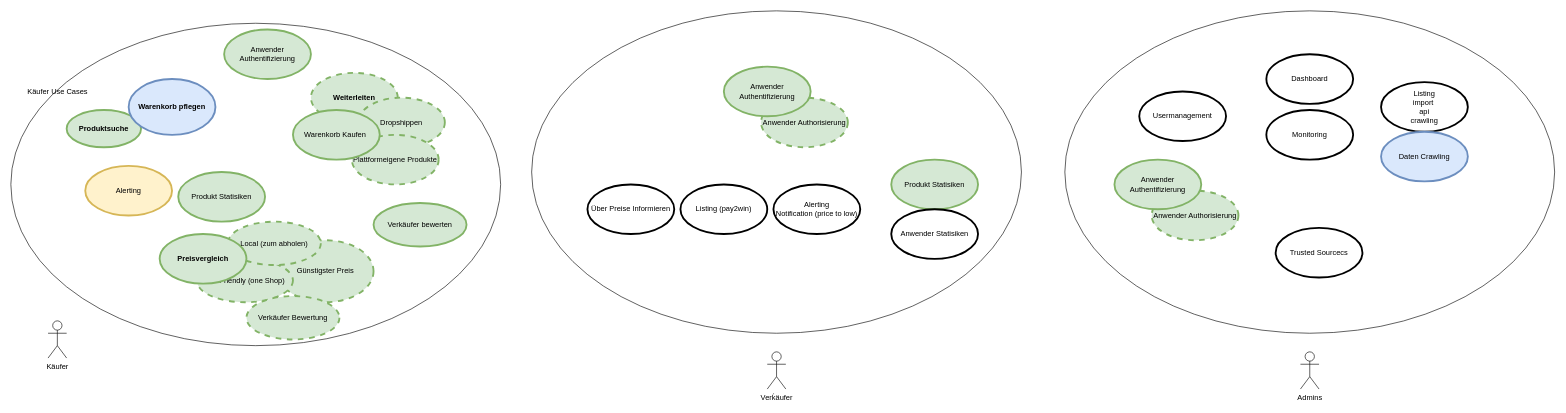
This is page "Usecases" (2 of 9) of diagrams.drawio from placom/docs, a draw.io file, before an edit. Source tidied: cells renumbered, new cells numbered last; positions are measured from the earlier drawing's top-left corner, leaving out a move shared by most shapes. Both pictures are drawn from the tidied source at 62%, with x=0, y=0 at pixel (11, 11).
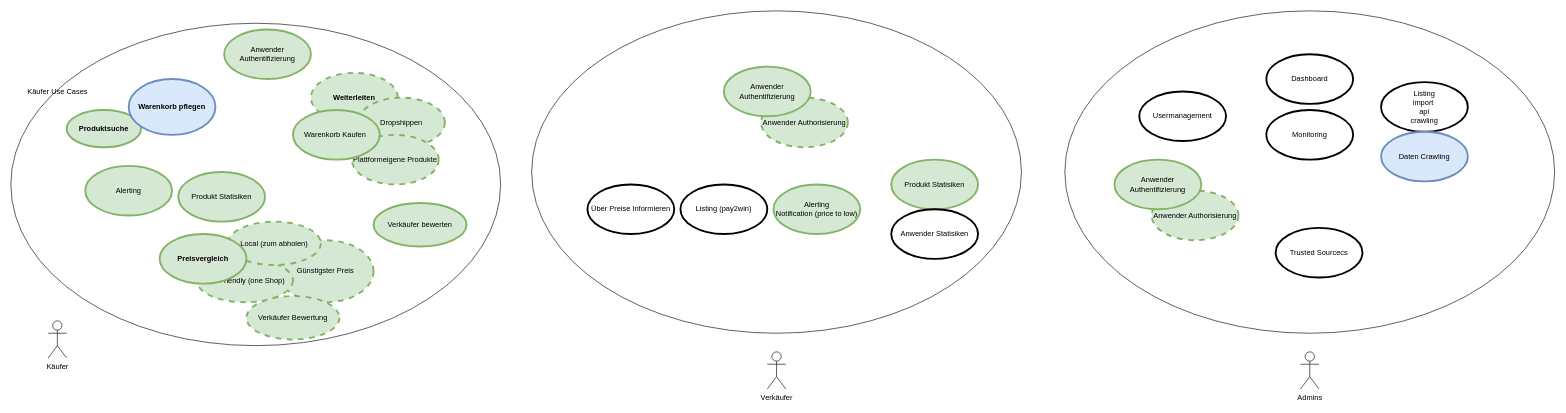
The same page after the edit.

Change to the diagram source:
```diff
@@
-    <mxCell id="25" value="Alerting" style="shape=ellipse;html=1;strokeWidth=3;fontStyle=0;whiteSpace=wrap;align=center;perimeter=ellipsePerimeter;fillColor=#fff2cc;strokeColor=#d6b656;" parent="1" vertex="1">
+    <mxCell id="25" value="Alerting" style="shape=ellipse;html=1;strokeWidth=3;fontStyle=0;whiteSpace=wrap;align=center;perimeter=ellipsePerimeter;fillColor=#d5e8d4;strokeColor=#82b366;" parent="1" vertex="1">
       <mxGeometry x="120" y="250" width="140" height="80" as="geometry" />
     </mxCell>
-    <mxCell id="26" value="Alerting&lt;br&gt;Notification (price to low)" style="shape=ellipse;html=1;strokeWidth=3;fontStyle=0;whiteSpace=wrap;align=center;perimeter=ellipsePerimeter;" parent="1" vertex="1">
+    <mxCell id="26" value="Alerting&lt;br&gt;Notification (price to low)" style="shape=ellipse;html=1;strokeWidth=3;fontStyle=0;whiteSpace=wrap;align=center;perimeter=ellipsePerimeter;fillColor=#d5e8d4;strokeColor=#82b366;" parent="1" vertex="1">
       <mxGeometry x="1230" y="280" width="140" height="80" as="geometry" />
     </mxCell>
```
